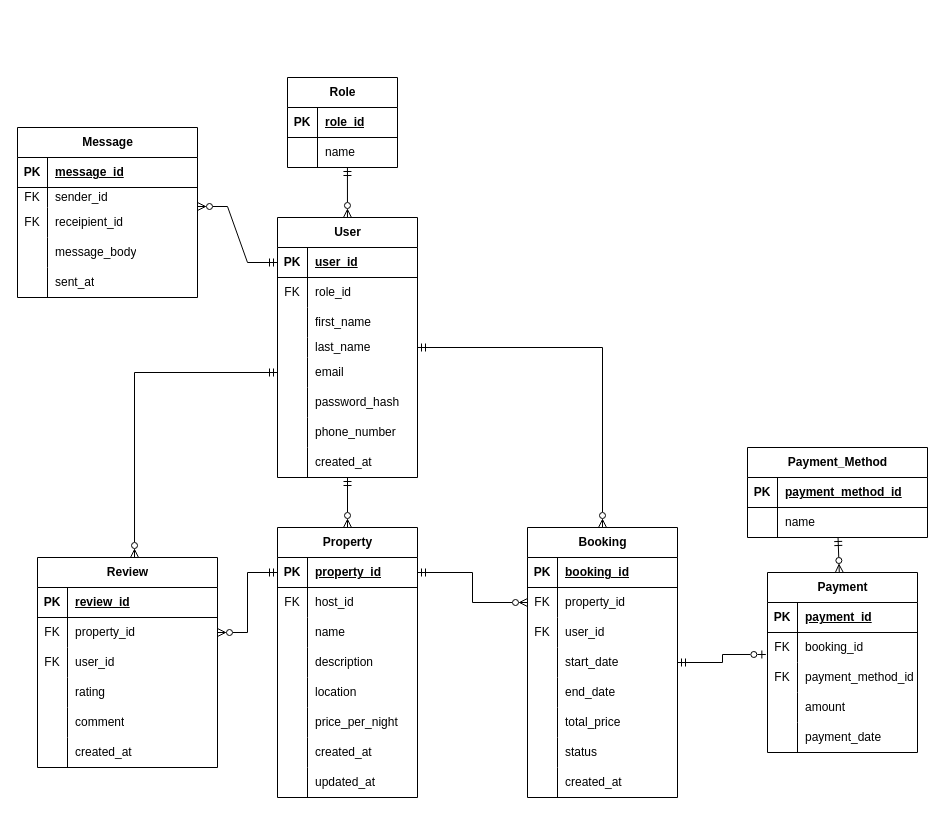
iamArvy/alx-airbnb-database keeps this draw.io diagram as ERD/ERD.drawio. Above is the earlier version. Source tidied: cells renumbered, new cells numbered last; positions are measured from the earlier drawing's top-left corner, leaving out a move shared by most shapes. Both pictures are drawn from the tidied source at 100%, with x=0, y=0 at pixel (17, 77).
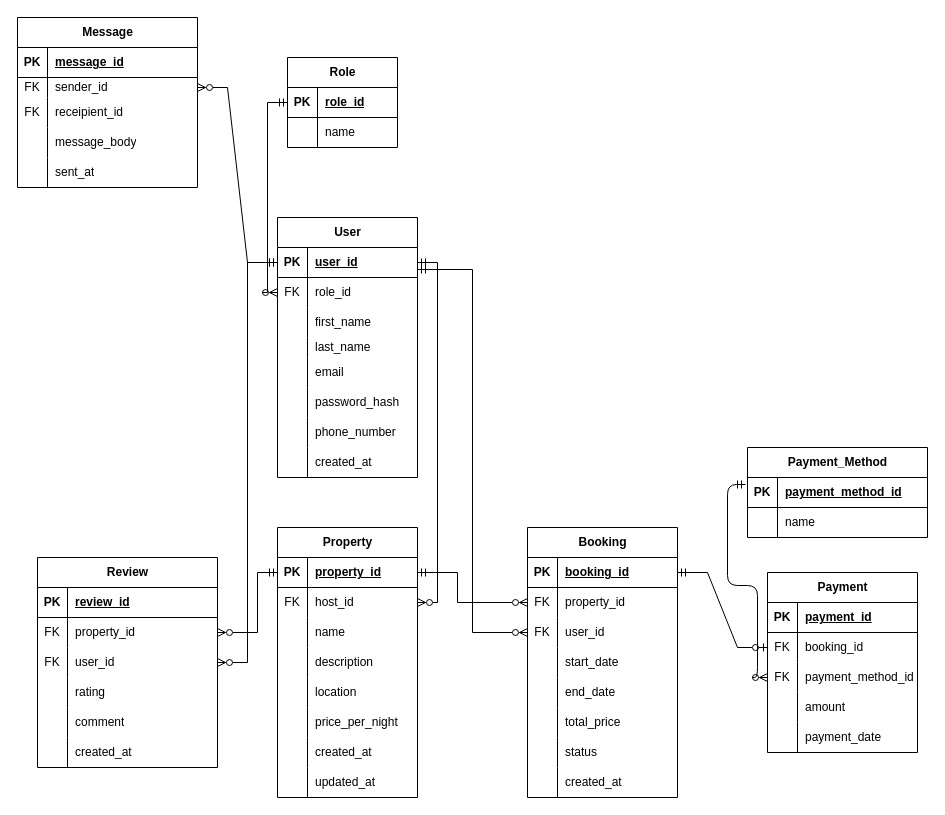
The same diagram, later.

The change refers to these unchanged cells:
```xml
<mxCell id="4" value="User" style="shape=table;startSize=30;childLayout=tableLayout;rowLines=0;fontStyle=1;align=center;html=1;" parent="1" vertex="1">
  <mxGeometry x="260" y="140" width="140" height="260" as="geometry" />
</mxCell>
<mxCell id="5" style="shape=tableRow;horizontal=0;startSize=0;swimlaneHead=0;swimlaneBody=0;fillColor=none;points=[[0,0.5],[1,0.5]];portConstraint=eastwest;top=0;left=0;right=0;bottom=1;" parent="4" vertex="1">
  <mxGeometry y="30" width="140" height="30" as="geometry" />
</mxCell>
<mxCell id="8" style="shape=tableRow;horizontal=0;startSize=0;swimlaneHead=0;swimlaneBody=0;fillColor=none;points=[[0,0.5],[1,0.5]];portConstraint=eastwest;top=0;left=0;right=0;bottom=0;" parent="4" vertex="1">
  <mxGeometry y="60" width="140" height="30" as="geometry" />
</mxCell>
<mxCell id="17" style="shape=tableRow;horizontal=0;startSize=0;swimlaneHead=0;swimlaneBody=0;fillColor=none;points=[[0,0.5],[1,0.5]];portConstraint=eastwest;top=0;left=0;right=0;bottom=0;" parent="4" vertex="1">
  <mxGeometry y="140" width="140" height="30" as="geometry" />
</mxCell>
<mxCell id="29" value="Property" style="shape=table;startSize=30;childLayout=tableLayout;rowLines=0;fontStyle=1;align=center;html=1;" parent="1" vertex="1">
  <mxGeometry x="260" y="450" width="140" height="270" as="geometry" />
</mxCell>
<mxCell id="30" style="shape=tableRow;horizontal=0;startSize=0;swimlaneHead=0;swimlaneBody=0;fillColor=none;points=[[0,0.5],[1,0.5]];portConstraint=eastwest;top=0;left=0;right=0;bottom=1;" parent="29" vertex="1">
  <mxGeometry y="30" width="140" height="30" as="geometry" />
</mxCell>
<mxCell id="33" style="shape=tableRow;horizontal=0;startSize=0;swimlaneHead=0;swimlaneBody=0;fillColor=none;points=[[0,0.5],[1,0.5]];portConstraint=eastwest;top=0;left=0;right=0;bottom=0;" parent="29" vertex="1">
  <mxGeometry y="60" width="140" height="30" as="geometry" />
</mxCell>
<mxCell id="54" value="Booking" style="shape=table;startSize=30;childLayout=tableLayout;rowLines=0;fontStyle=1;align=center;html=1;" parent="1" vertex="1">
  <mxGeometry x="510" y="450" width="150" height="270" as="geometry" />
</mxCell>
<mxCell id="55" style="shape=tableRow;horizontal=0;startSize=0;swimlaneHead=0;swimlaneBody=0;fillColor=none;points=[[0,0.5],[1,0.5]];portConstraint=eastwest;top=0;left=0;right=0;bottom=1;" parent="54" vertex="1">
  <mxGeometry y="30" width="150" height="30" as="geometry" />
</mxCell>
<mxCell id="58" style="shape=tableRow;horizontal=0;startSize=0;swimlaneHead=0;swimlaneBody=0;fillColor=none;points=[[0,0.5],[1,0.5]];portConstraint=eastwest;top=0;left=0;right=0;bottom=0;" parent="54" vertex="1">
  <mxGeometry y="60" width="150" height="30" as="geometry" />
</mxCell>
<mxCell id="61" style="shape=tableRow;horizontal=0;startSize=0;swimlaneHead=0;swimlaneBody=0;fillColor=none;points=[[0,0.5],[1,0.5]];portConstraint=eastwest;top=0;left=0;right=0;bottom=0;" parent="54" vertex="1">
  <mxGeometry y="90" width="150" height="30" as="geometry" />
</mxCell>
<mxCell id="81" value="Payment" style="shape=table;startSize=30;childLayout=tableLayout;rowLines=0;fontStyle=1;align=center;html=1;" parent="1" vertex="1">
  <mxGeometry x="750" y="495" width="150" height="180" as="geometry" />
</mxCell>
<mxCell id="85" style="shape=tableRow;horizontal=0;startSize=0;swimlaneHead=0;swimlaneBody=0;fillColor=none;points=[[0,0.5],[1,0.5]];portConstraint=eastwest;top=0;left=0;right=0;bottom=0;" parent="81" vertex="1">
  <mxGeometry y="60" width="150" height="30" as="geometry" />
</mxCell>
<mxCell id="88" style="shape=tableRow;horizontal=0;startSize=0;swimlaneHead=0;swimlaneBody=0;fillColor=none;points=[[0,0.5],[1,0.5]];portConstraint=eastwest;top=0;left=0;right=0;bottom=0;" parent="81" vertex="1">
  <mxGeometry y="90" width="150" height="30" as="geometry" />
</mxCell>
<mxCell id="97" value="Review" style="shape=table;startSize=30;childLayout=tableLayout;rowLines=0;fontStyle=1;align=center;html=1;" parent="1" vertex="1">
  <mxGeometry x="20" y="480" width="180" height="210" as="geometry" />
</mxCell>
<mxCell id="101" style="shape=tableRow;horizontal=0;startSize=0;swimlaneHead=0;swimlaneBody=0;fillColor=none;points=[[0,0.5],[1,0.5]];portConstraint=eastwest;top=0;left=0;right=0;bottom=0;" parent="97" vertex="1">
  <mxGeometry y="60" width="180" height="30" as="geometry" />
</mxCell>
<mxCell id="104" style="shape=tableRow;horizontal=0;startSize=0;swimlaneHead=0;swimlaneBody=0;fillColor=none;points=[[0,0.5],[1,0.5]];portConstraint=eastwest;top=0;left=0;right=0;bottom=0;" parent="97" vertex="1">
  <mxGeometry y="90" width="180" height="30" as="geometry" />
</mxCell>
<mxCell id="120" style="shape=tableRow;horizontal=0;startSize=0;swimlaneHead=0;swimlaneBody=0;fillColor=none;points=[[0,0.5],[1,0.5]];portConstraint=eastwest;top=0;left=0;right=0;bottom=0;" parent="116" vertex="1">
  <mxGeometry y="60" width="180" height="20" as="geometry" />
</mxCell>
<mxCell id="138" style="shape=tableRow;horizontal=0;startSize=0;swimlaneHead=0;swimlaneBody=0;fillColor=none;points=[[0,0.5],[1,0.5]];portConstraint=eastwest;top=0;left=0;right=0;bottom=1;" parent="137" vertex="1">
  <mxGeometry y="30" width="180" height="30" as="geometry" />
</mxCell>
<mxCell id="141" style="shape=tableRow;horizontal=0;startSize=0;swimlaneHead=0;swimlaneBody=0;fillColor=none;points=[[0,0.5],[1,0.5]];portConstraint=eastwest;top=0;left=0;right=0;bottom=0;" parent="137" vertex="1">
  <mxGeometry y="60" width="180" height="30" as="geometry" />
</mxCell>
<mxCell id="145" style="shape=tableRow;horizontal=0;startSize=0;swimlaneHead=0;swimlaneBody=0;fillColor=none;points=[[0,0.5],[1,0.5]];portConstraint=eastwest;top=0;left=0;right=0;bottom=1;" parent="144" vertex="1">
  <mxGeometry y="30" width="110" height="30" as="geometry" />
</mxCell>
<mxCell id="148" style="shape=tableRow;horizontal=0;startSize=0;swimlaneHead=0;swimlaneBody=0;fillColor=none;points=[[0,0.5],[1,0.5]];portConstraint=eastwest;top=0;left=0;right=0;bottom=0;" parent="144" vertex="1">
  <mxGeometry y="60" width="110" height="30" as="geometry" />
</mxCell>
```

Change to the diagram source:
```diff
@@
-    <mxCell id="2" style="edgeStyle=orthogonalEdgeStyle;rounded=0;jettySize=auto;html=1;entryX=0.5;entryY=0;entryDx=0;entryDy=0;startArrow=ERmandOne;startFill=0;endArrow=ERzeroToMany;endFill=0;" parent="1" edge="1" source="4" target="29">
+    <mxCell id="2" style="edgeStyle=orthogonalEdgeStyle;rounded=0;jettySize=auto;html=1;entryX=1;entryY=0.5;entryDx=0;entryDy=0;startArrow=ERmandOne;startFill=0;endArrow=ERzeroToMany;endFill=0;exitX=1;exitY=0.5;exitDx=0;exitDy=0;" parent="1" edge="1" source="5" target="33">
       <mxGeometry relative="1" as="geometry" />
     </mxCell>
-    <mxCell id="3" style="edgeStyle=orthogonalEdgeStyle;rounded=0;jettySize=auto;html=1;entryX=0.5;entryY=0;entryDx=0;entryDy=0;startArrow=ERmandOne;startFill=0;endArrow=ERzeroToMany;endFill=0;" parent="1" edge="1" source="4" target="54">
+    <mxCell id="3" style="edgeStyle=orthogonalEdgeStyle;rounded=0;jettySize=auto;html=1;entryX=0;entryY=0.5;entryDx=0;entryDy=0;startArrow=ERmandOne;startFill=0;endArrow=ERzeroToMany;endFill=0;exitX=1;exitY=0.733;exitDx=0;exitDy=0;exitPerimeter=0;" parent="1" edge="1" source="5" target="61">
       <mxGeometry relative="1" as="geometry" />
     </mxCell>
@@
-    <mxCell id="80" style="edgeStyle=none;html=1;endArrow=ERmandOne;endFill=0;startArrow=ERzeroToMany;startFill=0;" parent="1" edge="1" source="81" target="141">
-      <mxGeometry relative="1" as="geometry" />
+    <mxCell id="80" style="edgeStyle=orthogonalEdgeStyle;html=1;endArrow=ERmandOne;endFill=0;startArrow=ERzeroToMany;startFill=0;exitX=0;exitY=0.5;exitDx=0;exitDy=0;entryX=-0.011;entryY=0.233;entryDx=0;entryDy=0;entryPerimeter=0;" parent="1" edge="1" source="88" target="138">
+      <mxGeometry relative="1" as="geometry">
+        <Array as="points">
+          <mxPoint x="740" y="600" />
+          <mxPoint x="740" y="508" />
+          <mxPoint x="710" y="508" />
+          <mxPoint x="710" y="407" />
+        </Array>
+      </mxGeometry>
     </mxCell>
@@
     <mxCell id="116" value="Message" style="shape=table;startSize=30;childLayout=tableLayout;rowLines=0;fontStyle=1;align=center;html=1;" parent="1" vertex="1">
-      <mxGeometry y="50" width="180" height="170" as="geometry" />
+      <mxGeometry y="-60" width="180" height="170" as="geometry" />
     </mxCell>
@@
-    <mxCell id="132" style="edgeStyle=entityRelationEdgeStyle;fontSize=12;html=1;endArrow=ERzeroToMany;rounded=0;entryX=1;entryY=0.95;entryDx=0;entryDy=0;entryPerimeter=0;exitX=0;exitY=0.5;exitDx=0;exitDy=0;startArrow=ERmandOne;startFill=0;endFill=0;" parent="1" edge="1" source="5" target="120">
+    <mxCell id="132" style="edgeStyle=entityRelationEdgeStyle;fontSize=12;html=1;endArrow=ERzeroToMany;rounded=0;exitX=0;exitY=0.5;exitDx=0;exitDy=0;startArrow=ERmandOne;startFill=0;endFill=0;" parent="1" edge="1" source="5" target="120">
       <mxGeometry relative="1" as="geometry" />
     </mxCell>
     <mxCell id="133" style="edgeStyle=orthogonalEdgeStyle;rounded=0;jettySize=auto;html=1;entryX=0;entryY=0.5;entryDx=0;entryDy=0;startArrow=ERmandOne;startFill=0;endArrow=ERzeroToMany;endFill=0;" parent="1" edge="1" source="30" target="58">
-      <mxGeometry relative="1" as="geometry" />
+      <mxGeometry relative="1" as="geometry">
+        <Array as="points">
+          <mxPoint x="440" y="495" />
+          <mxPoint x="440" y="525" />
+        </Array>
+      </mxGeometry>
     </mxCell>
     <mxCell id="134" style="edgeStyle=orthogonalEdgeStyle;rounded=0;jettySize=auto;html=1;endArrow=ERzeroToMany;endFill=0;startArrow=ERmandOne;startFill=0;" parent="1" edge="1" source="30" target="101">
-      <mxGeometry relative="1" as="geometry" />
+      <mxGeometry relative="1" as="geometry">
+        <Array as="points">
+          <mxPoint x="240" y="495" />
+          <mxPoint x="240" y="555" />
+        </Array>
+      </mxGeometry>
     </mxCell>
-    <mxCell id="135" style="edgeStyle=orthogonalEdgeStyle;rounded=0;jettySize=auto;html=1;entryX=-0.011;entryY=0.733;entryDx=0;entryDy=0;entryPerimeter=0;endArrow=ERzeroToOne;endFill=0;startArrow=ERmandOne;startFill=0;" parent="1" edge="1" source="54" target="85">
+    <mxCell id="135" style="edgeStyle=entityRelationEdgeStyle;rounded=0;jettySize=auto;html=1;entryX=0;entryY=0.5;entryDx=0;entryDy=0;endArrow=ERzeroToOne;endFill=0;startArrow=ERmandOne;startFill=0;exitX=1;exitY=0.5;exitDx=0;exitDy=0;" parent="1" edge="1" source="55" target="85">
       <mxGeometry relative="1" as="geometry" />
     </mxCell>
-    <mxCell id="136" style="edgeStyle=orthogonalEdgeStyle;rounded=0;jettySize=auto;html=1;entryX=0.539;entryY=0;entryDx=0;entryDy=0;entryPerimeter=0;startArrow=ERmandOne;startFill=0;endArrow=ERzeroToMany;endFill=0;" parent="1" edge="1" source="17" target="97">
+    <mxCell id="136" style="edgeStyle=orthogonalEdgeStyle;rounded=0;jettySize=auto;html=1;entryX=1;entryY=0.5;entryDx=0;entryDy=0;startArrow=ERmandOne;startFill=0;endArrow=ERzeroToMany;endFill=0;exitX=0;exitY=0.5;exitDx=0;exitDy=0;" parent="1" edge="1" source="5" target="104">
       <mxGeometry relative="1" as="geometry" />
     </mxCell>
@@
     <mxCell id="144" value="Role" style="shape=table;startSize=30;childLayout=tableLayout;rowLines=0;fontStyle=1;align=center;html=1;" parent="1" vertex="1">
-      <mxGeometry x="270" width="110" height="90" as="geometry" />
+      <mxGeometry x="270" y="-20" width="110" height="90" as="geometry" />
     </mxCell>
@@
-    <mxCell id="151" style="edgeStyle=none;html=1;entryX=0.545;entryY=1;entryDx=0;entryDy=0;entryPerimeter=0;endArrow=ERmandOne;endFill=0;startArrow=ERzeroToMany;startFill=0;" parent="1" edge="1" source="4" target="148">
-      <mxGeometry relative="1" as="geometry" />
-    </mxCell>
+    <mxCell id="152" style="edgeStyle=orthogonalEdgeStyle;rounded=0;jettySize=auto;html=1;exitX=0;exitY=0.5;exitDx=0;exitDy=0;startArrow=ERmandOne;startFill=0;endArrow=ERzeroToMany;endFill=0;" parent="1" edge="1" source="145" target="8">
+      <mxGeometry relative="1" as="geometry" />
+    </mxCell>
```
